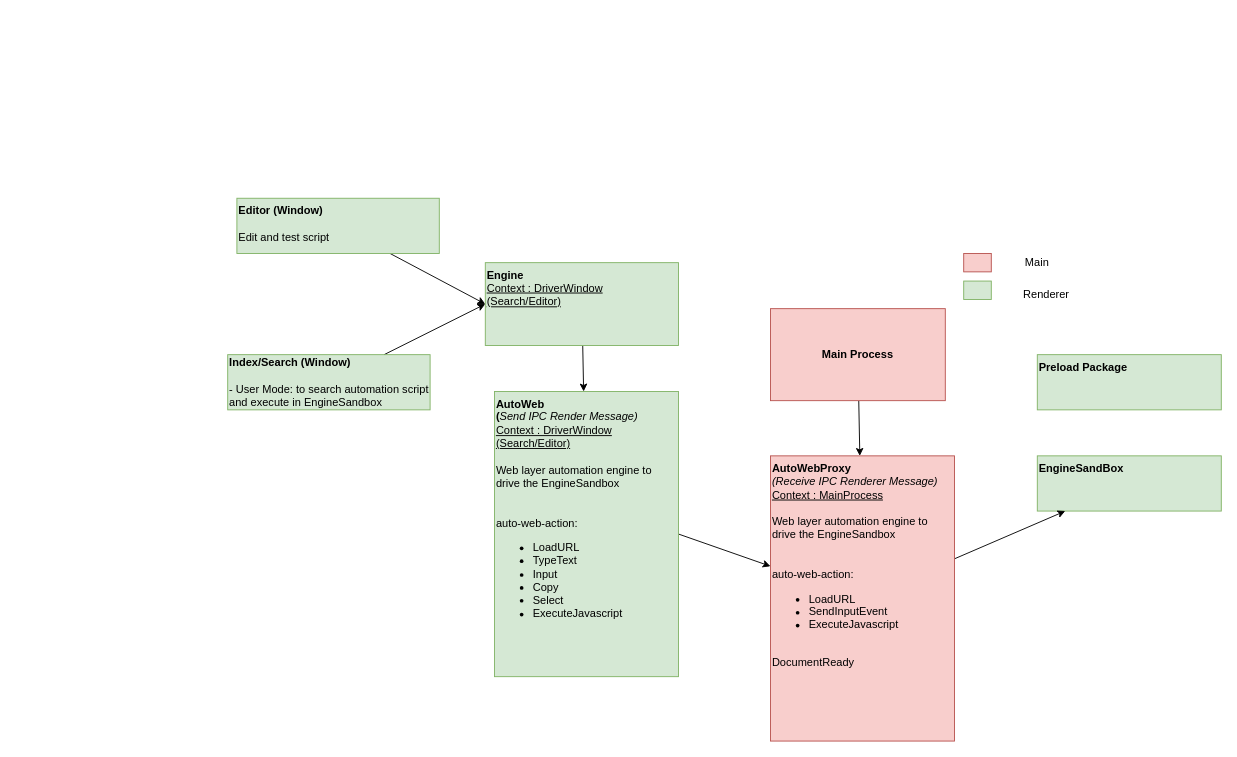
Above: documents/design/execution.drawio in polease/AutomazApp (draw.io), before the change. Source tidied: cells renumbered, new cells numbered last; positions are measured from the earlier drawing's top-left corner, leaving out a move shared by most shapes. Both pictures are drawn from the tidied source at 92%, with x=0, y=0 at pixel (227, 198).
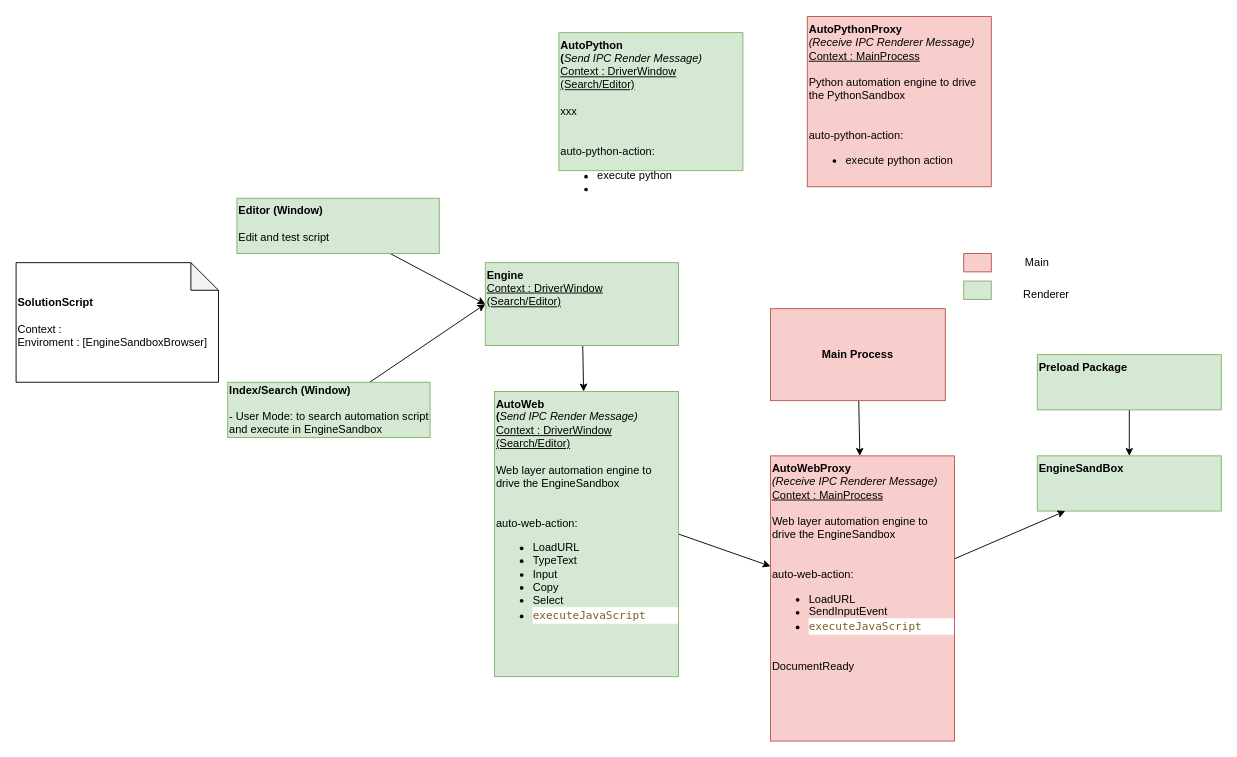
The same diagram, later.

Commit message (it also covers changes not shown here):
2022-05-29 Tune Editor Working

The change refers to these unchanged cells:
```xml
<mxCell id="2" value="&lt;b&gt;EngineSandBox&amp;nbsp;&lt;/b&gt;" style="rounded=0;whiteSpace=wrap;html=1;fillColor=#d5e8d4;strokeColor=#82b366;verticalAlign=top;align=left;" parent="1" vertex="1">
  <mxGeometry x="880" y="280" width="200" height="60" as="geometry" />
</mxCell>
<mxCell id="19" value="&lt;b&gt;Preload Package&lt;br&gt;&lt;br&gt;&lt;/b&gt;" style="rounded=0;whiteSpace=wrap;html=1;fillColor=#d5e8d4;strokeColor=#82b366;verticalAlign=top;align=left;" parent="1" vertex="1">
  <mxGeometry x="880" y="170" width="200" height="60" as="geometry" />
</mxCell>
```

What changed in the source:
```diff
@@
     <mxCell id="6" value="&lt;b&gt;Index/Search (Window)&lt;/b&gt;&lt;br&gt;&lt;br&gt;- User Mode: to search automation script and execute in EngineSandbox" style="rounded=0;whiteSpace=wrap;html=1;fillColor=#d5e8d4;strokeColor=#82b366;align=left;" parent="1" vertex="1">
-      <mxGeometry y="170" width="220" height="60" as="geometry" />
+      <mxGeometry y="200" width="220" height="60" as="geometry" />
     </mxCell>
@@
-    <mxCell id="16" value="&lt;b&gt;AutoWeb&lt;br&gt;(&lt;/b&gt;&lt;i&gt;Send IPC Render Message)&lt;br&gt;&lt;/i&gt;&lt;u&gt;Context : DriverWindow (Search/Editor)&lt;/u&gt;&lt;br&gt;&lt;br&gt;Web layer automation engine to drive the EngineSandbox&amp;nbsp;&lt;br&gt;&lt;br&gt;&lt;br&gt;auto-web-action:&lt;br&gt;&lt;ul&gt;&lt;li&gt;LoadURL&lt;/li&gt;&lt;li&gt;TypeText&lt;/li&gt;&lt;li&gt;Input&lt;/li&gt;&lt;li&gt;Copy&lt;/li&gt;&lt;li&gt;Select&lt;/li&gt;&lt;li&gt;ExecuteJavascript&lt;/li&gt;&lt;/ul&gt;&lt;div&gt;&lt;br&gt;&lt;/div&gt;&lt;div&gt;&lt;br&gt;&lt;/div&gt;" style="rounded=0;whiteSpace=wrap;html=1;fillColor=#d5e8d4;strokeColor=#82b366;align=left;verticalAlign=top;" parent="1" vertex="1">
+    <mxCell id="16" value="&lt;b&gt;AutoWeb&lt;br&gt;(&lt;/b&gt;&lt;i&gt;Send IPC Render Message)&lt;br&gt;&lt;/i&gt;&lt;u&gt;Context : DriverWindow (Search/Editor)&lt;/u&gt;&lt;br&gt;&lt;br&gt;Web layer automation engine to drive the EngineSandbox&amp;nbsp;&lt;br&gt;&lt;br&gt;&lt;br&gt;auto-web-action:&lt;br&gt;&lt;ul&gt;&lt;li&gt;LoadURL&lt;/li&gt;&lt;li&gt;TypeText&lt;/li&gt;&lt;li&gt;Input&lt;/li&gt;&lt;li&gt;Copy&lt;/li&gt;&lt;li&gt;Select&lt;/li&gt;&lt;li&gt;&lt;div style=&quot;background-color: rgb(255 , 255 , 255) ; font-family: &amp;#34;menlo&amp;#34; , &amp;#34;monaco&amp;#34; , &amp;#34;courier new&amp;#34; , monospace ; line-height: 18px&quot;&gt;&lt;span style=&quot;color: #795e26&quot;&gt;executeJavaScript&lt;/span&gt;&lt;/div&gt;&lt;/li&gt;&lt;/ul&gt;&lt;div&gt;&lt;br&gt;&lt;/div&gt;&lt;div&gt;&lt;br&gt;&lt;/div&gt;" style="rounded=0;whiteSpace=wrap;html=1;fillColor=#d5e8d4;strokeColor=#82b366;align=left;verticalAlign=top;" parent="1" vertex="1">
       <mxGeometry x="290" y="210" width="200" height="310" as="geometry" />
     </mxCell>
@@
-    <mxCell id="18" value="&lt;b&gt;AutoWebProxy&lt;/b&gt;&lt;br&gt;&lt;i&gt;(Receive IPC Renderer Message)&lt;/i&gt;&lt;br&gt;&lt;u&gt;Context : MainProcess&lt;/u&gt;&lt;br&gt;&lt;br&gt;Web layer automation engine to drive the EngineSandbox&amp;nbsp;&lt;br&gt;&lt;br&gt;&lt;br&gt;auto-web-action:&lt;br&gt;&lt;ul&gt;&lt;li&gt;LoadURL&lt;/li&gt;&lt;li&gt;SendInputEvent&lt;/li&gt;&lt;li&gt;ExecuteJavascript&lt;/li&gt;&lt;/ul&gt;&lt;div&gt;&lt;br&gt;&lt;/div&gt;&lt;div&gt;DocumentReady&lt;/div&gt;" style="rounded=0;whiteSpace=wrap;html=1;fillColor=#f8cecc;strokeColor=#b85450;align=left;verticalAlign=top;" parent="1" vertex="1">
+    <mxCell id="18" value="&lt;b&gt;AutoWebProxy&lt;/b&gt;&lt;br&gt;&lt;i&gt;(Receive IPC Renderer Message)&lt;/i&gt;&lt;br&gt;&lt;u&gt;Context : MainProcess&lt;/u&gt;&lt;br&gt;&lt;br&gt;Web layer automation engine to drive the EngineSandbox&amp;nbsp;&lt;br&gt;&lt;br&gt;&lt;br&gt;auto-web-action:&lt;br&gt;&lt;ul&gt;&lt;li&gt;LoadURL&lt;/li&gt;&lt;li&gt;SendInputEvent&lt;/li&gt;&lt;li&gt;&lt;div style=&quot;background-color: rgb(255 , 255 , 255) ; font-family: &amp;#34;menlo&amp;#34; , &amp;#34;monaco&amp;#34; , &amp;#34;courier new&amp;#34; , monospace ; line-height: 18px&quot;&gt;&lt;span style=&quot;color: #795e26&quot;&gt;executeJavaScript&lt;/span&gt;&lt;/div&gt;&lt;/li&gt;&lt;/ul&gt;&lt;div&gt;&lt;br&gt;&lt;/div&gt;&lt;div&gt;DocumentReady&lt;/div&gt;" style="rounded=0;whiteSpace=wrap;html=1;fillColor=#f8cecc;strokeColor=#b85450;align=left;verticalAlign=top;" parent="1" vertex="1">
       <mxGeometry x="590" y="280" width="200" height="310" as="geometry" />
     </mxCell>
+    <mxCell id="20" style="edgeStyle=none;html=1;" parent="1" edge="1" source="19" target="2">
+      <mxGeometry relative="1" as="geometry" />
+    </mxCell>
@@
+    <mxCell id="21" value="&lt;b&gt;SolutionScript&lt;/b&gt;&lt;br&gt;&lt;br&gt;Context :&amp;nbsp;&lt;br&gt;Enviroment : [EngineSandboxBrowser]" style="shape=note;whiteSpace=wrap;html=1;backgroundOutline=1;darkOpacity=0.05;align=left;" parent="1" vertex="1">
+      <mxGeometry x="-230" y="70" width="220" height="130" as="geometry" />
+    </mxCell>
+    <mxCell id="22" value="&lt;b&gt;AutoPython&lt;br&gt;(&lt;/b&gt;&lt;i&gt;Send IPC Render Message)&lt;br&gt;&lt;/i&gt;&lt;u&gt;Context : DriverWindow (Search/Editor)&lt;/u&gt;&lt;br&gt;&lt;br&gt;xxx&lt;br&gt;&lt;br&gt;&lt;br&gt;auto-python-action:&lt;br&gt;&lt;ul&gt;&lt;li&gt;execute python&lt;/li&gt;&lt;li&gt;&lt;br&gt;&lt;/li&gt;&lt;/ul&gt;" style="rounded=0;whiteSpace=wrap;html=1;fillColor=#d5e8d4;strokeColor=#82b366;align=left;verticalAlign=top;" parent="1" vertex="1">
+      <mxGeometry x="360" y="-180" width="200" height="150" as="geometry" />
+    </mxCell>
+    <mxCell id="23" value="&lt;b&gt;AutoPythonProxy&lt;/b&gt;&lt;br&gt;&lt;i&gt;(Receive IPC Renderer Message)&lt;/i&gt;&lt;br&gt;&lt;u&gt;Context : MainProcess&lt;/u&gt;&lt;br&gt;&lt;br&gt;Python automation engine to drive the PythonSandbox&lt;br&gt;&lt;br&gt;&lt;br&gt;auto-python-action:&lt;br&gt;&lt;ul&gt;&lt;li&gt;&lt;span&gt;execute python action&amp;nbsp;&lt;/span&gt;&lt;br&gt;&lt;/li&gt;&lt;/ul&gt;" style="rounded=0;whiteSpace=wrap;html=1;fillColor=#f8cecc;strokeColor=#b85450;align=left;verticalAlign=top;" parent="1" vertex="1">
+      <mxGeometry x="630" y="-197.5" width="200" height="185" as="geometry" />
+    </mxCell>
```
